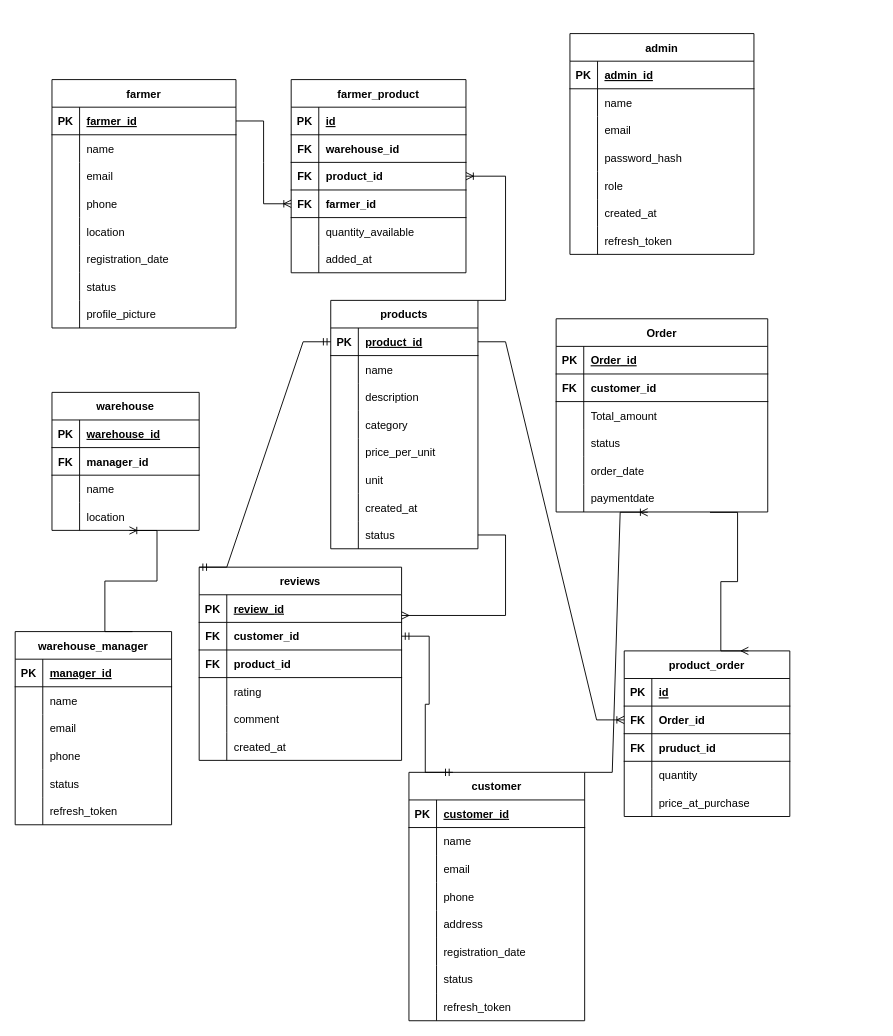
Before: ER Diagram.drawio in abiyBz/DirectFarm, a draw.io diagram. Source tidied: cells renumbered, new cells numbered last; positions are measured from the earlier drawing's top-left corner, leaving out a move shared by most shapes. Both pictures are drawn from the tidied source at 92%, with x=0, y=0 at pixel (15, 33).
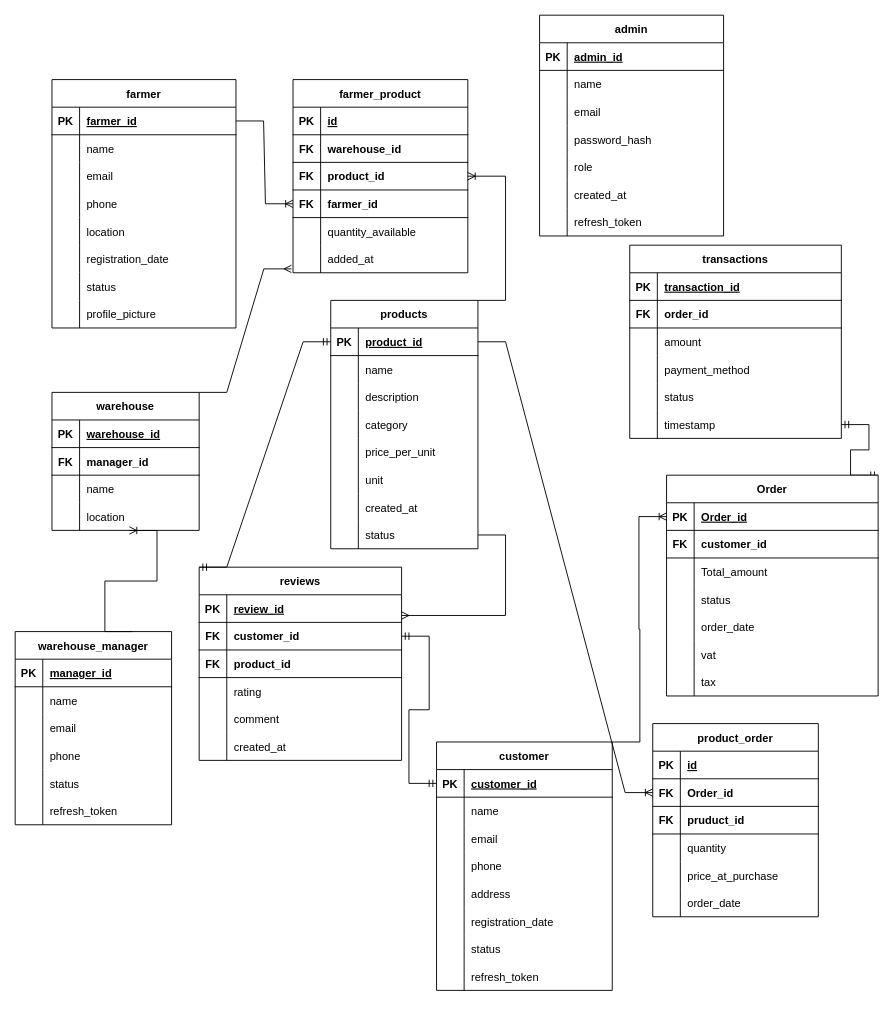
The same diagram, later.

Unchanged cells that the change refers to:
```xml
<mxCell id="21" value="warehouse" style="shape=table;startSize=30;childLayout=tableLayout;rowLines=0;fontStyle=1;align=center;" parent="1" vertex="1">
  <mxGeometry x="40" y="390" width="160" height="150" as="geometry" />
</mxCell>
<mxCell id="100" style="shape=tableRow;horizontal=0;startSize=0;swimlaneHead=0;swimlaneBody=0;fillColor=none;points=[[0,0.5],[1,0.5]];portConstraint=eastwest;strokeColor=inherit;top=0;left=0;right=0;bottom=0;" parent="84" vertex="1">
  <mxGeometry y="180" width="190" height="30" as="geometry" />
</mxCell>
<mxCell id="104" style="shape=tableRow;horizontal=0;startSize=0;swimlaneHead=0;swimlaneBody=0;fillColor=none;points=[[0,0.5],[1,0.5]];portConstraint=eastwest;strokeColor=inherit;top=0;left=0;right=0;bottom=1;" parent="103" vertex="1">
  <mxGeometry y="30" width="191" height="30" as="geometry" />
</mxCell>
<mxCell id="170" style="shape=tableRow;horizontal=0;startSize=0;swimlaneHead=0;swimlaneBody=0;fillColor=none;points=[[0,0.5],[1,0.5]];portConstraint=eastwest;strokeColor=inherit;top=0;left=0;right=0;bottom=1;" parent="166" vertex="1">
  <mxGeometry y="60" width="220" height="30" as="geometry" />
</mxCell>
<mxCell id="194" style="shape=tableRow;horizontal=0;startSize=0;swimlaneHead=0;swimlaneBody=0;fillColor=none;points=[[0,0.5],[1,0.5]];portConstraint=eastwest;strokeColor=inherit;top=0;left=0;right=0;bottom=1;" parent="193" vertex="1">
  <mxGeometry y="30" width="230" height="30" as="geometry" />
</mxCell>
```

What changed in the source:
```diff
@@
     <mxCell id="84" value="farmer_product" style="shape=table;startSize=30;childLayout=tableLayout;rowLines=0;fontStyle=1;align=center;" parent="1" vertex="1">
-      <mxGeometry x="300" y="50" width="190" height="210" as="geometry" />
+      <mxGeometry x="302" y="50" width="190" height="210" as="geometry" />
     </mxCell>
@@
     <mxCell id="103" value="customer" style="shape=table;startSize=30;childLayout=tableLayout;rowLines=0;fontStyle=1;align=center;" parent="1" vertex="1">
-      <mxGeometry x="428" y="803" width="191" height="270" as="geometry" />
+      <mxGeometry x="458" y="770" width="191" height="270" as="geometry" />
     </mxCell>
@@
     <mxCell id="128" value="product_order" style="shape=table;startSize=30;childLayout=tableLayout;rowLines=0;fontStyle=1;align=center;" parent="1" vertex="1">
-      <mxGeometry x="662" y="671" width="180" height="180" as="geometry" />
+      <mxGeometry x="693" y="750" width="180" height="210" as="geometry" />
     </mxCell>
@@
+    <mxCell id="213" style="shape=tableRow;horizontal=0;startSize=0;swimlaneHead=0;swimlaneBody=0;fillColor=none;strokeColor=inherit;top=0;left=0;right=0;bottom=0;" parent="128" vertex="1">
+      <mxGeometry y="180" width="180" height="30" as="geometry" />
+    </mxCell>
+    <mxCell id="214" style="shape=partialRectangle;overflow=hidden;fillColor=none;strokeColor=inherit;top=0;left=0;bottom=0;right=0;" parent="213" vertex="1">
+      <mxGeometry width="30" height="30" as="geometry" />
+    </mxCell>
+    <mxCell id="215" value="order_date" style="shape=partialRectangle;overflow=hidden;fillColor=none;align=left;strokeColor=inherit;top=0;left=0;bottom=0;right=0;spacingLeft=6;" parent="213" vertex="1">
+      <mxGeometry x="30" width="150" height="30" as="geometry" />
+    </mxCell>
     <mxCell id="144" value="admin" style="shape=table;startSize=30;childLayout=tableLayout;rowLines=0;fontStyle=1;align=center;" parent="1" vertex="1">
-      <mxGeometry x="603" width="200" height="240" as="geometry" />
+      <mxGeometry x="570" y="-20" width="200" height="240" as="geometry" />
     </mxCell>
@@
+    <mxCell id="216" value="transactions" style="shape=table;startSize=30;childLayout=tableLayout;rowLines=0;fontStyle=1;align=center;" parent="1" vertex="1">
+      <mxGeometry x="668" y="230" width="230" height="210" as="geometry" />
+    </mxCell>
+    <mxCell id="217" style="shape=tableRow;horizontal=0;startSize=0;swimlaneHead=0;swimlaneBody=0;fillColor=none;strokeColor=inherit;top=0;left=0;right=0;bottom=1;" parent="216" vertex="1">
+      <mxGeometry y="30" width="230" height="30" as="geometry" />
+    </mxCell>
+    <mxCell id="218" value="PK" style="shape=partialRectangle;overflow=hidden;fillColor=none;strokeColor=inherit;top=0;left=0;bottom=0;right=0;fontStyle=1;" parent="217" vertex="1">
+      <mxGeometry width="30" height="30" as="geometry" />
+    </mxCell>
+    <mxCell id="219" value="transaction_id" style="shape=partialRectangle;overflow=hidden;fillColor=none;align=left;strokeColor=inherit;top=0;left=0;bottom=0;right=0;spacingLeft=6;fontStyle=5;" parent="217" vertex="1">
+      <mxGeometry x="30" width="200" height="30" as="geometry" />
+    </mxCell>
+    <mxCell id="220" style="shape=tableRow;horizontal=0;startSize=0;swimlaneHead=0;swimlaneBody=0;fillColor=none;strokeColor=inherit;top=0;left=0;right=0;bottom=1;" parent="216" vertex="1">
+      <mxGeometry y="60" width="230" height="30" as="geometry" />
+    </mxCell>
+    <mxCell id="221" value="FK" style="shape=partialRectangle;overflow=hidden;fillColor=none;strokeColor=inherit;top=0;left=0;bottom=0;right=0;fontStyle=1;" parent="220" vertex="1">
+      <mxGeometry width="30" height="30" as="geometry" />
+    </mxCell>
+    <mxCell id="222" value="order_id " style="shape=partialRectangle;overflow=hidden;fillColor=none;align=left;strokeColor=inherit;top=0;left=0;bottom=0;right=0;spacingLeft=6;fontStyle=1;" parent="220" vertex="1">
+      <mxGeometry x="30" width="200" height="30" as="geometry" />
+    </mxCell>
+    <mxCell id="223" style="shape=tableRow;horizontal=0;startSize=0;swimlaneHead=0;swimlaneBody=0;fillColor=none;strokeColor=inherit;top=0;left=0;right=0;bottom=0;" parent="216" vertex="1">
+      <mxGeometry y="90" width="230" height="30" as="geometry" />
+    </mxCell>
+    <mxCell id="224" style="shape=partialRectangle;overflow=hidden;fillColor=none;strokeColor=inherit;top=0;left=0;bottom=0;right=0;" parent="223" vertex="1">
+      <mxGeometry width="30" height="30" as="geometry" />
+    </mxCell>
+    <mxCell id="225" value="amount  " style="shape=partialRectangle;overflow=hidden;fillColor=none;align=left;strokeColor=inherit;top=0;left=0;bottom=0;right=0;spacingLeft=6;" parent="223" vertex="1">
+      <mxGeometry x="30" width="200" height="30" as="geometry" />
+    </mxCell>
+    <mxCell id="226" style="shape=tableRow;horizontal=0;startSize=0;swimlaneHead=0;swimlaneBody=0;fillColor=none;strokeColor=inherit;top=0;left=0;right=0;bottom=0;" parent="216" vertex="1">
+      <mxGeometry y="120" width="230" height="30" as="geometry" />
+    </mxCell>
+    <mxCell id="227" style="shape=partialRectangle;overflow=hidden;fillColor=none;strokeColor=inherit;top=0;left=0;bottom=0;right=0;" parent="226" vertex="1">
+      <mxGeometry width="30" height="30" as="geometry" />
+    </mxCell>
+    <mxCell id="228" value="payment_method      " style="shape=partialRectangle;overflow=hidden;fillColor=none;align=left;strokeColor=inherit;top=0;left=0;bottom=0;right=0;spacingLeft=6;" parent="226" vertex="1">
+      <mxGeometry x="30" width="200" height="30" as="geometry" />
+    </mxCell>
+    <mxCell id="229" style="shape=tableRow;horizontal=0;startSize=0;swimlaneHead=0;swimlaneBody=0;fillColor=none;strokeColor=inherit;top=0;left=0;right=0;bottom=0;" parent="216" vertex="1">
+      <mxGeometry y="150" width="230" height="30" as="geometry" />
+    </mxCell>
+    <mxCell id="230" style="shape=partialRectangle;overflow=hidden;fillColor=none;strokeColor=inherit;top=0;left=0;bottom=0;right=0;" parent="229" vertex="1">
+      <mxGeometry width="30" height="30" as="geometry" />
+    </mxCell>
+    <mxCell id="231" value="status" style="shape=partialRectangle;overflow=hidden;fillColor=none;align=left;strokeColor=inherit;top=0;left=0;bottom=0;right=0;spacingLeft=6;" parent="229" vertex="1">
+      <mxGeometry x="30" width="200" height="30" as="geometry" />
+    </mxCell>
+    <mxCell id="232" style="shape=tableRow;horizontal=0;startSize=0;swimlaneHead=0;swimlaneBody=0;fillColor=none;points=[[0,0.5],[1,0.5]];portConstraint=eastwest;strokeColor=inherit;top=0;left=0;right=0;bottom=0;" parent="216" vertex="1">
+      <mxGeometry y="180" width="230" height="30" as="geometry" />
+    </mxCell>
+    <mxCell id="233" style="shape=partialRectangle;overflow=hidden;fillColor=none;strokeColor=inherit;top=0;left=0;bottom=0;right=0;" parent="232" vertex="1">
+      <mxGeometry width="30" height="30" as="geometry" />
+    </mxCell>
+    <mxCell id="234" value="timestamp" style="shape=partialRectangle;overflow=hidden;fillColor=none;align=left;strokeColor=inherit;top=0;left=0;bottom=0;right=0;spacingLeft=6;" parent="232" vertex="1">
+      <mxGeometry x="30" width="200" height="30" as="geometry" />
+    </mxCell>
@@
-    <mxCell id="186" style="edgeStyle=entityRelationEdgeStyle;fontSize=12;html=1;endArrow=ERmandOne;startArrow=ERmandOne;rounded=0;exitX=1;exitY=0.5;exitDx=0;exitDy=0;entryX=0.25;entryY=0;entryDx=0;entryDy=0;" parent="1" edge="1" source="170" target="103">
+    <mxCell id="186" style="edgeStyle=entityRelationEdgeStyle;fontSize=12;html=1;endArrow=ERmandOne;startArrow=ERmandOne;rounded=0;exitX=1;exitY=0.5;exitDx=0;exitDy=0;entryX=0;entryY=0.5;entryDx=0;entryDy=0;" parent="1" edge="1" source="170" target="104">
       <mxGeometry relative="1" as="geometry" />
     </mxCell>
@@
-    <mxCell id="191" style="edgeStyle=entityRelationEdgeStyle;fontSize=12;html=1;endArrow=ERoneToMany;rounded=0;entryX=0.433;entryY=1.01;entryDx=0;entryDy=0;exitX=1;exitY=0;exitDx=0;exitDy=0;entryPerimeter=0;" parent="1" edge="1" source="103" target="209">
+    <mxCell id="191" style="edgeStyle=entityRelationEdgeStyle;fontSize=12;html=1;endArrow=ERoneToMany;rounded=0;entryX=0;entryY=0.5;entryDx=0;entryDy=0;exitX=1;exitY=0;exitDx=0;exitDy=0;" parent="1" edge="1" source="103" target="194">
       <mxGeometry relative="1" as="geometry" />
     </mxCell>
@@
+    <mxCell id="235" style="edgeStyle=entityRelationEdgeStyle;fontSize=12;html=1;endArrow=ERmandOne;startArrow=ERmandOne;rounded=0;exitX=1;exitY=0;exitDx=0;exitDy=0;entryX=1;entryY=0.5;entryDx=0;entryDy=0;" parent="1" edge="1" source="193" target="232">
+      <mxGeometry relative="1" as="geometry" />
+    </mxCell>
     <mxCell id="193" value="Order" style="shape=table;startSize=30;childLayout=tableLayout;rowLines=0;fontStyle=1;align=center;" parent="1" vertex="1">
-      <mxGeometry x="588" y="310" width="230" height="210" as="geometry" />
+      <mxGeometry x="708" y="480" width="230" height="240" as="geometry" />
     </mxCell>
@@
-    <mxCell id="209" style="shape=tableRow;horizontal=0;startSize=0;swimlaneHead=0;swimlaneBody=0;fillColor=none;points=[[0,0.5],[1,0.5]];portConstraint=eastwest;strokeColor=inherit;top=0;left=0;right=0;bottom=0;" parent="193" vertex="1">
-      <mxGeometry y="180" width="230" height="30" as="geometry" />
-    </mxCell>
-    <mxCell id="210" style="shape=partialRectangle;overflow=hidden;fillColor=none;strokeColor=inherit;top=0;left=0;bottom=0;right=0;" parent="209" vertex="1">
-      <mxGeometry width="30" height="30" as="geometry" />
-    </mxCell>
-    <mxCell id="211" value="paymentdate " style="shape=partialRectangle;overflow=hidden;fillColor=none;align=left;strokeColor=inherit;top=0;left=0;bottom=0;right=0;spacingLeft=6;" parent="209" vertex="1">
-      <mxGeometry x="30" width="200" height="30" as="geometry" />
-    </mxCell>
-    <mxCell id="212" style="edgeStyle=entityRelationEdgeStyle;fontSize=12;html=1;endArrow=ERmany;rounded=0;exitX=0.727;exitY=1.014;exitDx=0;exitDy=0;entryX=0.75;entryY=0;entryDx=0;entryDy=0;exitPerimeter=0;" parent="1" edge="1" source="209" target="128">
-      <mxGeometry relative="1" as="geometry" />
-    </mxCell>
+    <mxCell id="236" style="shape=tableRow;horizontal=0;startSize=0;swimlaneHead=0;swimlaneBody=0;fillColor=none;strokeColor=inherit;top=0;left=0;right=0;bottom=0;" parent="193" vertex="1">
+      <mxGeometry y="180" width="230" height="30" as="geometry" />
+    </mxCell>
+    <mxCell id="237" style="shape=partialRectangle;overflow=hidden;fillColor=none;strokeColor=inherit;top=0;left=0;bottom=0;right=0;" parent="236" vertex="1">
+      <mxGeometry width="30" height="30" as="geometry" />
+    </mxCell>
+    <mxCell id="238" value="vat " style="shape=partialRectangle;overflow=hidden;fillColor=none;align=left;strokeColor=inherit;top=0;left=0;bottom=0;right=0;spacingLeft=6;" parent="236" vertex="1">
+      <mxGeometry x="30" width="200" height="30" as="geometry" />
+    </mxCell>
+    <mxCell id="239" style="shape=tableRow;horizontal=0;startSize=0;swimlaneHead=0;swimlaneBody=0;fillColor=none;strokeColor=inherit;top=0;left=0;right=0;bottom=0;" parent="193" vertex="1">
+      <mxGeometry y="210" width="230" height="30" as="geometry" />
+    </mxCell>
+    <mxCell id="240" style="shape=partialRectangle;overflow=hidden;fillColor=none;strokeColor=inherit;top=0;left=0;bottom=0;right=0;" parent="239" vertex="1">
+      <mxGeometry width="30" height="30" as="geometry" />
+    </mxCell>
+    <mxCell id="241" value="tax" style="shape=partialRectangle;overflow=hidden;fillColor=none;align=left;strokeColor=inherit;top=0;left=0;bottom=0;right=0;spacingLeft=6;" parent="239" vertex="1">
+      <mxGeometry x="30" width="200" height="30" as="geometry" />
+    </mxCell>
+    <mxCell id="242" style="edgeStyle=entityRelationEdgeStyle;fontSize=12;html=1;endArrow=ERmany;rounded=0;exitX=1;exitY=0;exitDx=0;exitDy=0;entryX=-0.009;entryY=0.859;entryDx=0;entryDy=0;entryPerimeter=0;" parent="1" edge="1" source="21" target="100">
+      <mxGeometry relative="1" as="geometry" />
+    </mxCell>
```
